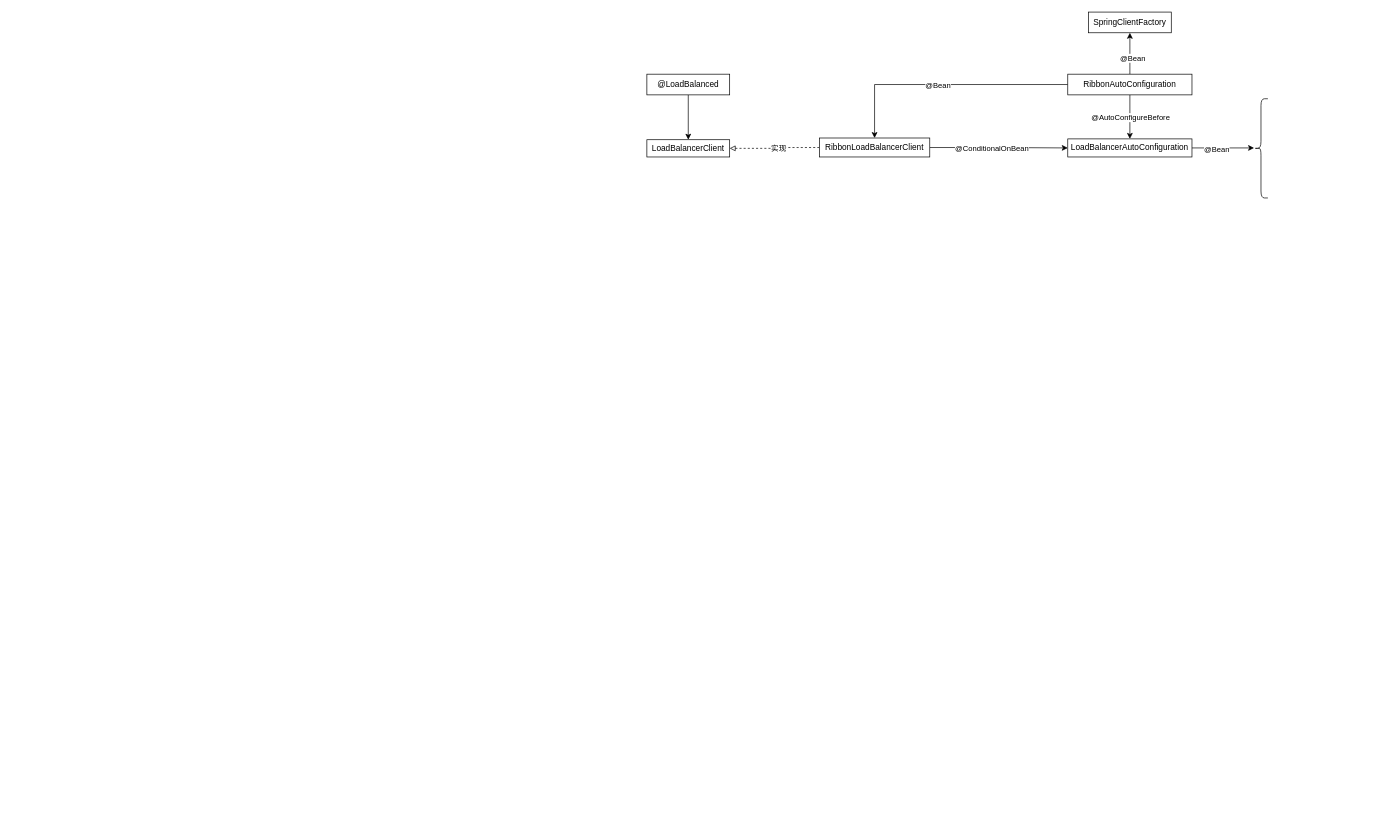
Above: Ribbon源码分析.drawio in linbingxing/mind (draw.io), before the change. Source tidied: cells renumbered, new cells numbered last; positions are measured from the earlier drawing's top-left corner, leaving out a move shared by most shapes. Both pictures are drawn from the tidied source at 69%, with x=0, y=0 at pixel (647, 12).
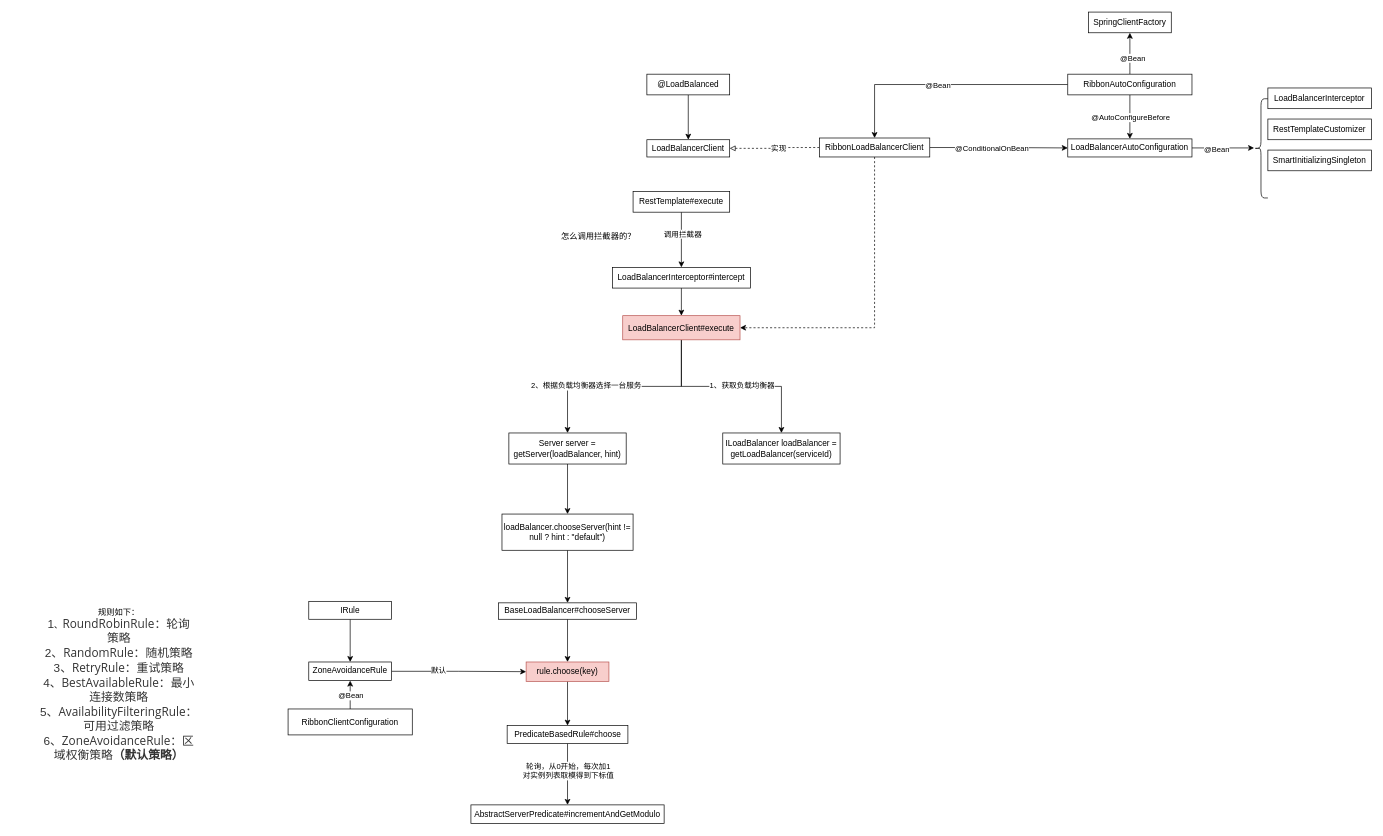
The same page after the edit.

Commit message (it also covers changes not shown here):
更新Ribbon源码分析.drawio

Unchanged cells that the change refers to:
```xml
<mxCell id="9" value="RibbonLoadBalancerClient" style="whiteSpace=wrap;html=1;rounded=0;" parent="1" vertex="1">
  <mxGeometry x="250" y="182.5" width="160" height="27.5" as="geometry" />
</mxCell>
```

Diff of the diagram source:
```diff
@@
+    <mxCell id="23" style="edgeStyle=orthogonalEdgeStyle;rounded=0;jettySize=auto;html=1;entryX=1;entryY=0.5;entryDx=0;entryDy=0;endArrow=classic;endFill=1;exitX=0.5;exitY=1;exitDx=0;exitDy=0;dashed=1;" parent="1" edge="1" source="9" target="37">
+      <mxGeometry relative="1" as="geometry" />
+    </mxCell>
@@
+    <mxCell id="24" value="LoadBalancerInterceptor" style="rounded=0;whiteSpace=wrap;html=1;" parent="1" vertex="1">
+      <mxGeometry x="900" y="110" width="150" height="30" as="geometry" />
+    </mxCell>
+    <mxCell id="25" value="RestTemplateCustomizer" style="rounded=0;whiteSpace=wrap;html=1;" parent="1" vertex="1">
+      <mxGeometry x="900" y="155" width="150" height="30" as="geometry" />
+    </mxCell>
+    <mxCell id="26" value="SmartInitializingSingleton" style="rounded=0;whiteSpace=wrap;html=1;" parent="1" vertex="1">
+      <mxGeometry x="900" y="200" width="150" height="30" as="geometry" />
+    </mxCell>
+    <mxCell id="27" style="edgeStyle=orthogonalEdgeStyle;rounded=0;jettySize=auto;html=1;endArrow=classic;endFill=1;" parent="1" edge="1" source="28" target="37">
+      <mxGeometry relative="1" as="geometry" />
+    </mxCell>
+    <mxCell id="28" value="LoadBalancerInterceptor#intercept" style="rounded=0;whiteSpace=wrap;html=1;" parent="1" vertex="1">
+      <mxGeometry x="-50" y="370" width="200" height="30" as="geometry" />
+    </mxCell>
+    <mxCell id="29" style="edgeStyle=orthogonalEdgeStyle;rounded=0;jettySize=auto;html=1;entryX=0.5;entryY=0;entryDx=0;entryDy=0;endArrow=classic;endFill=1;" parent="1" edge="1" source="31" target="28">
+      <mxGeometry relative="1" as="geometry" />
+    </mxCell>
+    <mxCell id="30" value="调用拦截器" style="edgeLabel;html=1;align=center;verticalAlign=middle;" parent="29" vertex="1">
+      <mxGeometry x="-0.23" y="1" relative="1" as="geometry" />
+    </mxCell>
+    <mxCell id="31" value="RestTemplate#execute" style="rounded=0;whiteSpace=wrap;html=1;" parent="1" vertex="1">
+      <mxGeometry x="-20" y="260" width="140" height="30" as="geometry" />
+    </mxCell>
+    <mxCell id="32" value="怎么调用拦截器的？" style="text;html=1;strokeColor=none;fillColor=none;align=center;verticalAlign=middle;whiteSpace=wrap;rounded=0;" parent="1" vertex="1">
+      <mxGeometry x="-130" y="310" width="120" height="30" as="geometry" />
+    </mxCell>
+    <mxCell id="33" style="edgeStyle=orthogonalEdgeStyle;rounded=0;jettySize=auto;html=1;endArrow=classic;endFill=1;" parent="1" edge="1" source="37" target="38">
+      <mxGeometry relative="1" as="geometry" />
+    </mxCell>
+    <mxCell id="34" value="1、获取负载均衡器" style="edgeLabel;html=1;align=center;verticalAlign=middle;" parent="33" vertex="1">
+      <mxGeometry x="0.11" y="2" relative="1" as="geometry" />
+    </mxCell>
+    <mxCell id="35" style="edgeStyle=orthogonalEdgeStyle;rounded=0;jettySize=auto;html=1;endArrow=classic;endFill=1;" parent="1" edge="1" source="37" target="40">
+      <mxGeometry relative="1" as="geometry" />
+    </mxCell>
+    <mxCell id="36" value="2、根据负载均衡器选择一台服务" style="edgeLabel;html=1;align=center;verticalAlign=middle;" parent="35" vertex="1">
+      <mxGeometry x="0.37" y="-1" relative="1" as="geometry" />
+    </mxCell>
+    <mxCell id="37" value="LoadBalancerClient#execute" style="whiteSpace=wrap;html=1;rounded=0;fillColor=#f8cecc;strokeColor=#b85450;" parent="1" vertex="1">
+      <mxGeometry x="-35" y="440" width="170" height="35" as="geometry" />
+    </mxCell>
+    <mxCell id="38" value="ILoadBalancer loadBalancer = getLoadBalancer(serviceId)" style="whiteSpace=wrap;html=1;rounded=0;" parent="1" vertex="1">
+      <mxGeometry x="110" y="610" width="170" height="45" as="geometry" />
+    </mxCell>
+    <mxCell id="39" style="edgeStyle=orthogonalEdgeStyle;rounded=0;jettySize=auto;html=1;endArrow=classic;endFill=1;" parent="1" edge="1" source="40" target="42">
+      <mxGeometry relative="1" as="geometry" />
+    </mxCell>
+    <mxCell id="40" value="Server server = getServer(loadBalancer, hint)" style="whiteSpace=wrap;html=1;rounded=0;" parent="1" vertex="1">
+      <mxGeometry x="-200" y="610" width="170" height="45" as="geometry" />
+    </mxCell>
+    <mxCell id="41" style="edgeStyle=orthogonalEdgeStyle;rounded=0;jettySize=auto;html=1;endArrow=classic;endFill=1;" parent="1" edge="1" source="42" target="44">
+      <mxGeometry relative="1" as="geometry" />
+    </mxCell>
+    <mxCell id="42" value="loadBalancer.chooseServer(hint != null ? hint : &quot;default&quot;)" style="whiteSpace=wrap;html=1;rounded=0;" parent="1" vertex="1">
+      <mxGeometry x="-210" y="727.5" width="190" height="52.5" as="geometry" />
+    </mxCell>
+    <mxCell id="43" style="edgeStyle=orthogonalEdgeStyle;rounded=0;jettySize=auto;html=1;endArrow=classic;endFill=1;" parent="1" edge="1" source="44" target="46">
+      <mxGeometry relative="1" as="geometry" />
+    </mxCell>
+    <mxCell id="44" value="BaseLoadBalancer#chooseServer" style="whiteSpace=wrap;html=1;rounded=0;" parent="1" vertex="1">
+      <mxGeometry x="-215" y="856.2" width="200" height="23.8" as="geometry" />
+    </mxCell>
+    <mxCell id="45" style="edgeStyle=orthogonalEdgeStyle;rounded=0;jettySize=auto;html=1;endArrow=classic;endFill=1;" parent="1" edge="1" source="46" target="54">
+      <mxGeometry relative="1" as="geometry" />
+    </mxCell>
+    <mxCell id="46" value="rule.choose(key)" style="whiteSpace=wrap;html=1;rounded=0;fillColor=#f8cecc;strokeColor=#b85450;" parent="1" vertex="1">
+      <mxGeometry x="-175" y="941.9" width="120" height="28.1" as="geometry" />
+    </mxCell>
+    <mxCell id="47" style="edgeStyle=orthogonalEdgeStyle;rounded=0;jettySize=auto;html=1;endArrow=classic;endFill=1;" parent="1" edge="1" source="48" target="51">
+      <mxGeometry relative="1" as="geometry" />
+    </mxCell>
+    <mxCell id="48" value="IRule" style="rounded=0;whiteSpace=wrap;html=1;" parent="1" vertex="1">
+      <mxGeometry x="-490" y="854" width="120" height="26" as="geometry" />
+    </mxCell>
+    <mxCell id="49" style="edgeStyle=orthogonalEdgeStyle;rounded=0;jettySize=auto;html=1;entryX=0;entryY=0.5;entryDx=0;entryDy=0;endArrow=classic;endFill=1;" parent="1" edge="1" source="51" target="46">
+      <mxGeometry relative="1" as="geometry" />
+    </mxCell>
+    <mxCell id="50" value="默认" style="edgeLabel;html=1;align=center;verticalAlign=middle;" parent="49" vertex="1">
+      <mxGeometry x="-0.31" y="2" relative="1" as="geometry" />
+    </mxCell>
+    <mxCell id="51" value="ZoneAvoidanceRule" style="whiteSpace=wrap;html=1;rounded=0;" parent="1" vertex="1">
+      <mxGeometry x="-490" y="941.9" width="120" height="27" as="geometry" />
+    </mxCell>
+    <mxCell id="52" style="edgeStyle=orthogonalEdgeStyle;rounded=0;jettySize=auto;html=1;endArrow=classic;endFill=1;" parent="1" edge="1" source="54" target="58">
+      <mxGeometry relative="1" as="geometry" />
+    </mxCell>
+    <mxCell id="53" value="轮询，从0开始，每次加1&lt;br&gt;对实例列表取模得到下标值" style="edgeLabel;html=1;align=center;verticalAlign=middle;" parent="52" vertex="1">
+      <mxGeometry x="-0.27" relative="1" as="geometry">
+        <mxPoint y="7" as="offset" />
+      </mxGeometry>
+    </mxCell>
+    <mxCell id="54" value="PredicateBasedRule#choose" style="whiteSpace=wrap;html=1;rounded=0;" parent="1" vertex="1">
+      <mxGeometry x="-202.5" y="1034.1" width="175" height="25.9" as="geometry" />
+    </mxCell>
+    <mxCell id="55" style="edgeStyle=orthogonalEdgeStyle;rounded=0;jettySize=auto;html=1;entryX=0.5;entryY=1;entryDx=0;entryDy=0;endArrow=classic;endFill=1;" parent="1" edge="1" source="57" target="51">
+      <mxGeometry relative="1" as="geometry" />
+    </mxCell>
+    <mxCell id="56" value="@Bean" style="edgeLabel;html=1;align=center;verticalAlign=middle;" parent="55" vertex="1">
+      <mxGeometry x="0.28" y="1" relative="1" as="geometry">
+        <mxPoint x="1" y="6" as="offset" />
+      </mxGeometry>
+    </mxCell>
+    <mxCell id="57" value="RibbonClientConfiguration" style="whiteSpace=wrap;html=1;rounded=0;" parent="1" vertex="1">
+      <mxGeometry x="-520" y="1010" width="180" height="37.6" as="geometry" />
+    </mxCell>
+    <mxCell id="58" value="AbstractServerPredicate#incrementAndGetModulo" style="whiteSpace=wrap;html=1;rounded=0;" parent="1" vertex="1">
+      <mxGeometry x="-255" y="1149" width="280" height="27" as="geometry" />
+    </mxCell>
+    <mxCell id="59" value="规则如下：&lt;br&gt;&lt;font color=&quot;#333333&quot;&gt;&lt;span style=&quot;font-size: 17.0845px&quot;&gt;1&lt;/span&gt;&lt;/font&gt;、&lt;span style=&quot;font-size: 12.8134pt ; font-family: &amp;#34;open sans&amp;#34; ; color: rgb(51 , 51 , 51)&quot;&gt;RoundRobinRule&lt;/span&gt;&lt;span style=&quot;font-size: 12.8134pt ; color: rgb(51 , 51 , 51)&quot;&gt;：轮询&lt;/span&gt;&lt;div&gt;&lt;span style=&quot;font-size: 12.8134pt ; color: rgb(51 , 51 , 51)&quot;&gt;策略&lt;/span&gt;&lt;/div&gt;&lt;div&gt;&lt;span style=&quot;font-size: 12.8134pt ; color: rgb(51 , 51 , 51)&quot;&gt;2、&lt;/span&gt;&lt;span style=&quot;font-size: 12.8134pt ; font-family: &amp;#34;open sans&amp;#34; ; color: rgb(51 , 51 , 51)&quot;&gt;RandomRule&lt;/span&gt;&lt;span style=&quot;font-size: 12.8134pt ; color: rgb(51 , 51 , 51)&quot;&gt;：随机策略&lt;/span&gt;&lt;/div&gt;&lt;div&gt;&lt;span style=&quot;font-size: 12.8134pt ; color: rgb(51 , 51 , 51)&quot;&gt;3、&lt;/span&gt;&lt;span style=&quot;font-size: 12.8134pt ; font-family: &amp;#34;open sans&amp;#34; ; color: rgb(51 , 51 , 51)&quot;&gt;RetryRule&lt;/span&gt;&lt;span style=&quot;font-size: 12.8134pt ; color: rgb(51 , 51 , 51)&quot;&gt;：重试策略&lt;/span&gt;&lt;/div&gt;&lt;div&gt;&lt;span style=&quot;font-size: 12.8134pt ; color: rgb(51 , 51 , 51)&quot;&gt;4、&lt;/span&gt;&lt;span style=&quot;font-size: 12.8134pt ; font-family: &amp;#34;open sans&amp;#34; ; color: rgb(51 , 51 , 51)&quot;&gt;BestAvailableRule&lt;/span&gt;&lt;span style=&quot;font-size: 12.8134pt ; color: rgb(51 , 51 , 51)&quot;&gt;：最⼩&lt;/span&gt;&lt;/div&gt;&lt;div&gt;&lt;span style=&quot;font-size: 12.8134pt ; color: rgb(51 , 51 , 51)&quot;&gt;连接数策略&lt;/span&gt;&lt;/div&gt;&lt;div&gt;&lt;span style=&quot;font-size: 12.8134pt ; color: rgb(51 , 51 , 51)&quot;&gt;5、&lt;/span&gt;&lt;span style=&quot;font-size: 12.8134pt ; font-family: &amp;#34;open sans&amp;#34; ; color: rgb(51 , 51 , 51)&quot;&gt;AvailabilityFilteringRule&lt;/span&gt;&lt;span style=&quot;font-size: 12.8134pt ; color: rgb(51 , 51 , 51)&quot;&gt;：&lt;/span&gt;&lt;/div&gt;&lt;div&gt;&lt;span style=&quot;font-size: 12.8134pt ; color: rgb(51 , 51 , 51)&quot;&gt;可⽤过滤策略&lt;/span&gt;&lt;/div&gt;&lt;div&gt;&lt;span style=&quot;font-size: 12.8134pt ; color: rgb(51 , 51 , 51)&quot;&gt;6、&lt;/span&gt;&lt;span style=&quot;font-size: 12.8134pt ; font-family: &amp;#34;open sans&amp;#34; ; color: rgb(51 , 51 , 51)&quot;&gt;ZoneAvoidanceRule&lt;/span&gt;&lt;span style=&quot;font-size: 12.8134pt ; color: rgb(51 , 51 , 51)&quot;&gt;：区&lt;/span&gt;&lt;/div&gt;&lt;div&gt;&lt;span style=&quot;font-size: 12.8134pt ; color: rgb(51 , 51 , 51)&quot;&gt;域权衡策略&lt;/span&gt;&lt;span style=&quot;font-size: 12.8134pt ; color: rgb(51 , 51 , 51) ; font-weight: bold&quot;&gt;（默认策略）&lt;/span&gt;&lt;/div&gt;" style="text;html=1;strokeColor=none;fillColor=none;align=center;verticalAlign=middle;whiteSpace=wrap;rounded=0;" parent="1" vertex="1">
+      <mxGeometry x="-920" y="830" width="310" height="290" as="geometry" />
+    </mxCell>
```
